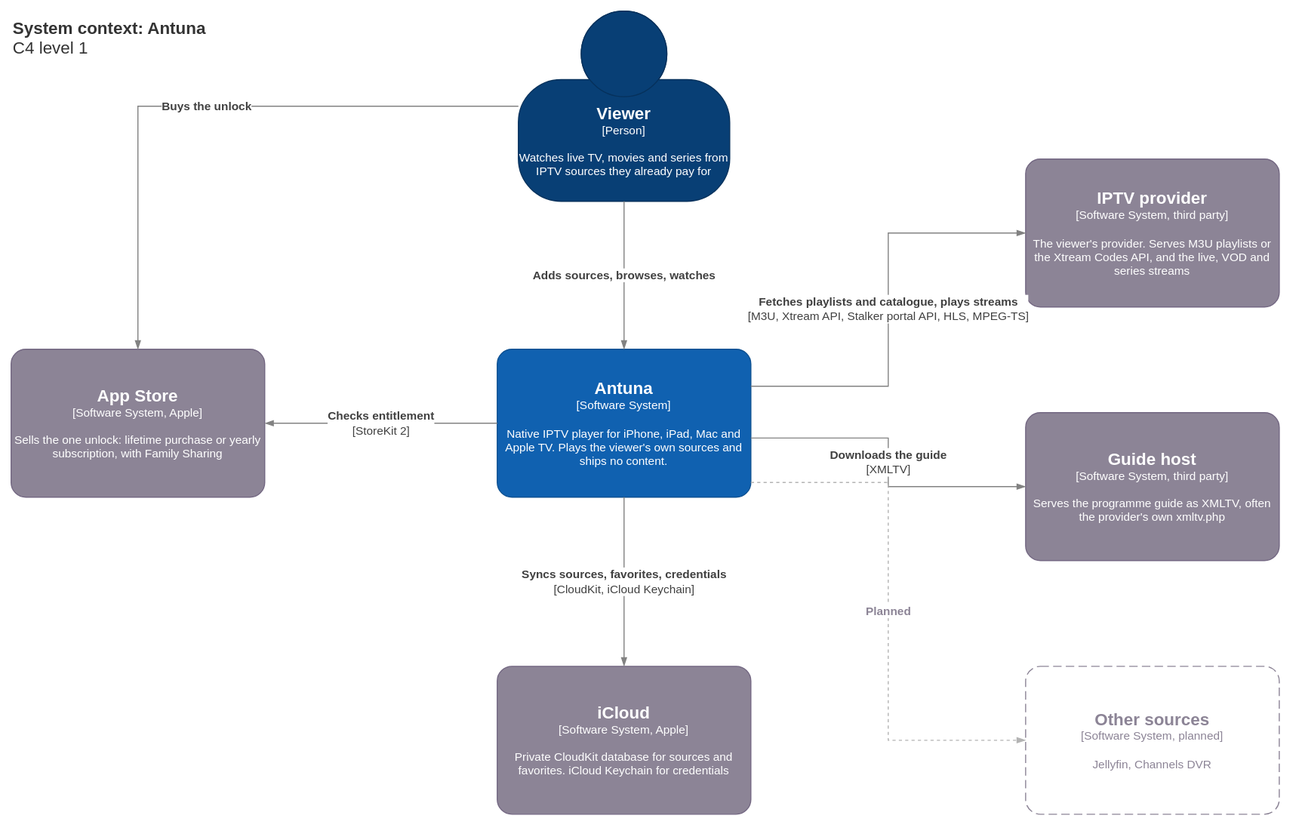
Above: docs/architecture/c4-context.drawio.svg in OlofLoov/antenna (draw.io), before the change. Source tidied: cells renumbered, new cells last; positions are measured from the earlier drawing's top-left corner, leaving out a move shared by most shapes.
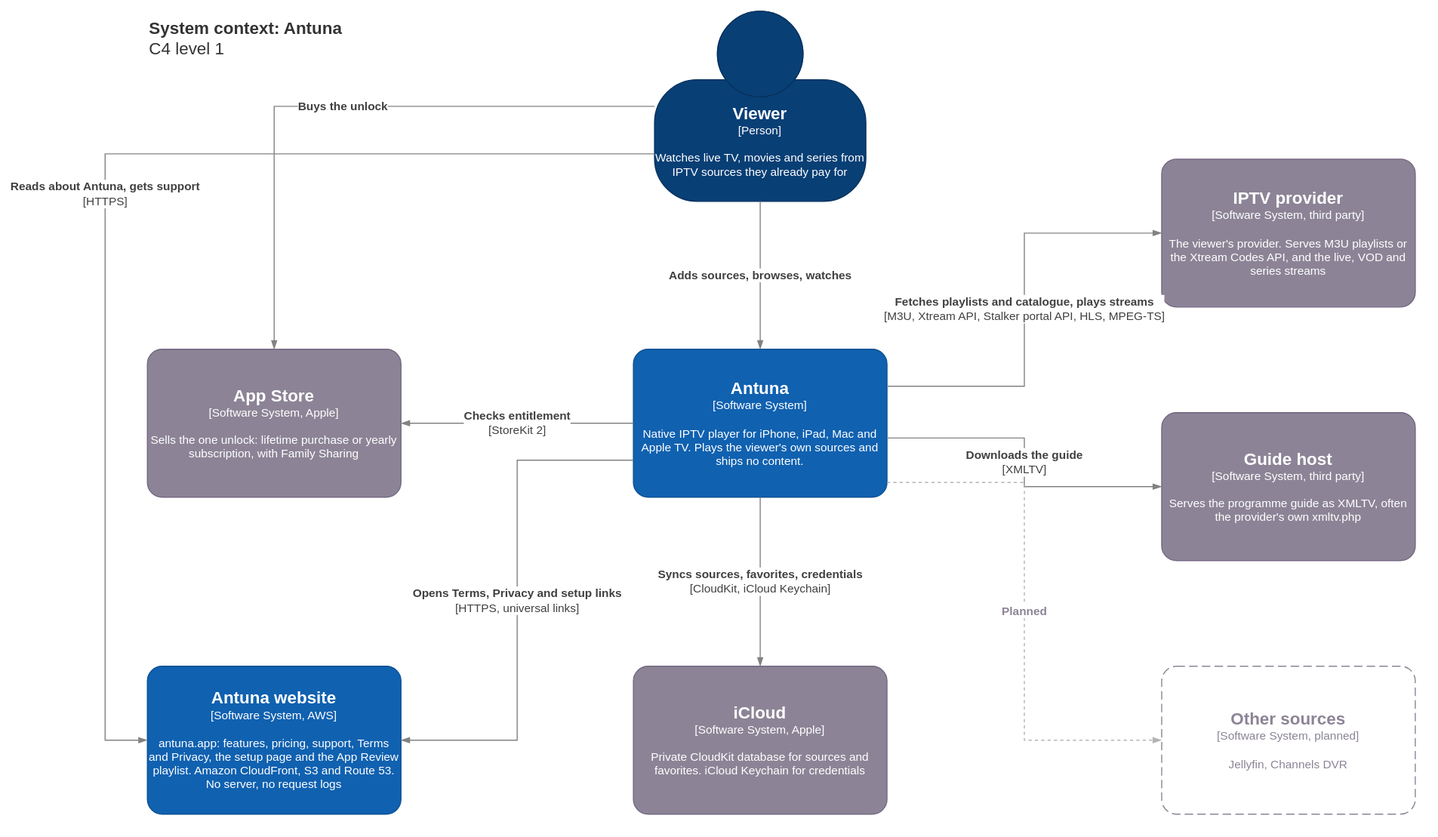
The same diagram one commit later.

The edit, as a diff of the source:
```diff
@@ -47,5 +47,24 @@
     <mxCell id="16" value="&lt;b&gt;Planned&lt;/b&gt;" style="endArrow=blockThin;html=1;fontSize=11;fontColor=#8C8496;endFill=1;strokeColor=#B3B3B3;dashed=1;edgeStyle=orthogonalEdgeStyle;rounded=0;labelBackgroundColor=#ffffff;exitX=1;exitY=0.9;entryX=0;entryY=0.5;" parent="1" edge="1" source="4" target="9">
       <mxGeometry relative="1" as="geometry" />
     </mxCell>
+    <mxCell id="17" value="&lt;font style='font-size:16px'&gt;&lt;b&gt;Antuna website&lt;/b&gt;&lt;/font&gt;&lt;div&gt;[Software System, AWS]&lt;/div&gt;&lt;br&gt;&lt;div&gt;antuna.app: features, pricing, support, Terms and Privacy, the setup page and the App Review playlist. Amazon CloudFront, S3 and Route 53. No server, no request logs&lt;/div&gt;" style="rounded=1;whiteSpace=wrap;html=1;labelBackgroundColor=none;fillColor=#1061B0;fontColor=#ffffff;align=center;arcSize=10;strokeColor=#0D5091;fontSize=11;" parent="1" vertex="1">
+      <mxGeometry y="620" width="240" height="140" as="geometry" />
+    </mxCell>
+    <mxCell id="18" value="&lt;b&gt;Reads about Antuna, gets support&lt;/b&gt;&lt;div&gt;[HTTPS]&lt;/div&gt;" style="endArrow=blockThin;html=1;fontSize=11;fontColor=#404040;endFill=1;strokeColor=#828282;edgeStyle=orthogonalEdgeStyle;rounded=0;labelBackgroundColor=#ffffff;exitX=0;exitY=0.75;entryX=0;entryY=0.5;" parent="1" edge="1" source="3" target="17">
+      <mxGeometry relative="1" as="geometry">
+        <Array as="points">
+          <mxPoint x="-40" y="135" />
+          <mxPoint x="-40" y="690" />
+        </Array>
+      </mxGeometry>
+    </mxCell>
+    <mxCell id="19" value="&lt;b&gt;Opens Terms, Privacy and setup links&lt;/b&gt;&lt;div&gt;[HTTPS, universal links]&lt;/div&gt;" style="endArrow=blockThin;html=1;fontSize=11;fontColor=#404040;endFill=1;strokeColor=#828282;edgeStyle=orthogonalEdgeStyle;rounded=0;labelBackgroundColor=#ffffff;exitX=0;exitY=0.75;entryX=1;entryY=0.5;" parent="1" edge="1" source="4" target="17">
+      <mxGeometry relative="1" as="geometry">
+        <Array as="points">
+          <mxPoint x="350" y="425" />
+          <mxPoint x="350" y="690" />
+        </Array>
+      </mxGeometry>
+    </mxCell>
   </root>
 </mxGraphModel>
```
